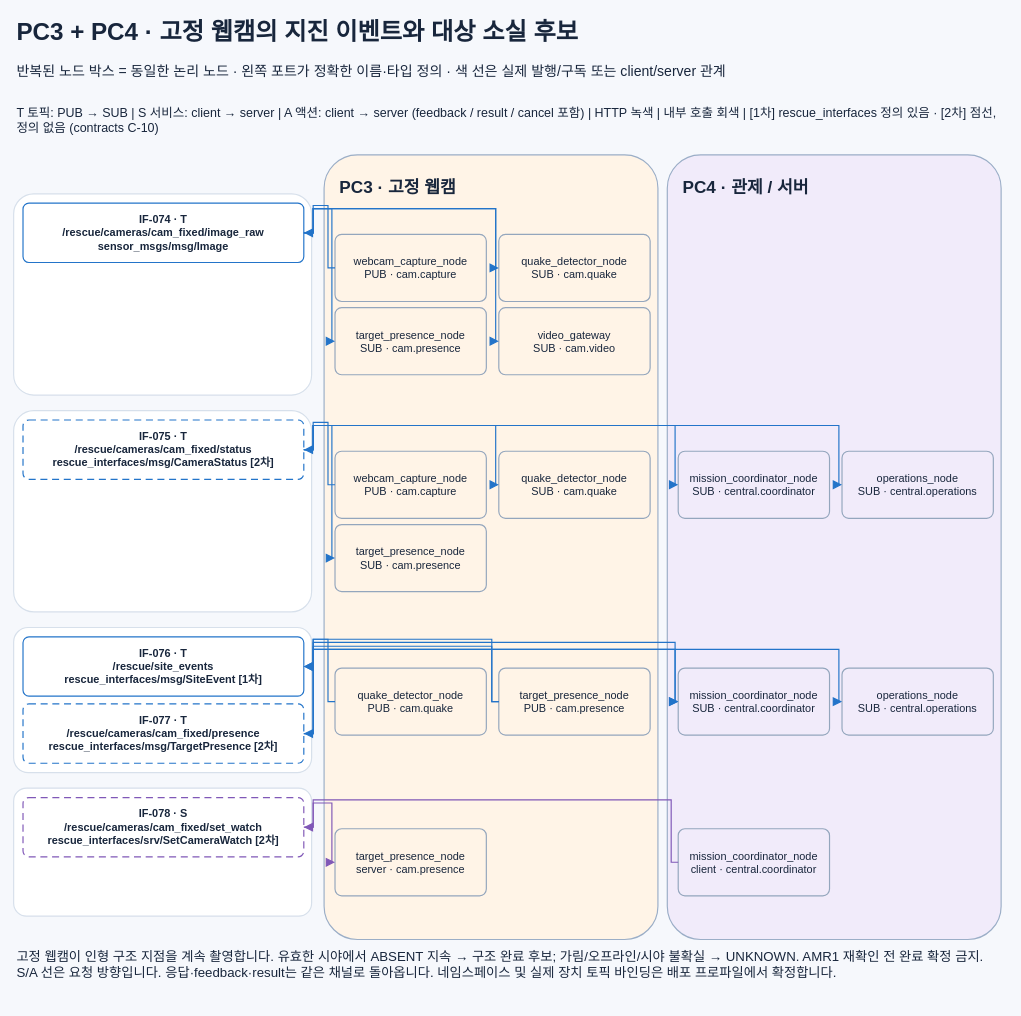
Earlier version of the draw.io diagram page "06 PC3 CAM·지진·소실" (6 of 11) of docs/design/rokey7-sdd.drawio (mi1nn/ROKEY-7-public). Source tidied: cells renumbered, new cells numbered last; positions are measured from the earlier drawing's top-left corner, leaving out a move shared by most shapes. Both pictures are drawn from the tidied source at 78%, with x=0, y=0 at pixel (13, 13).
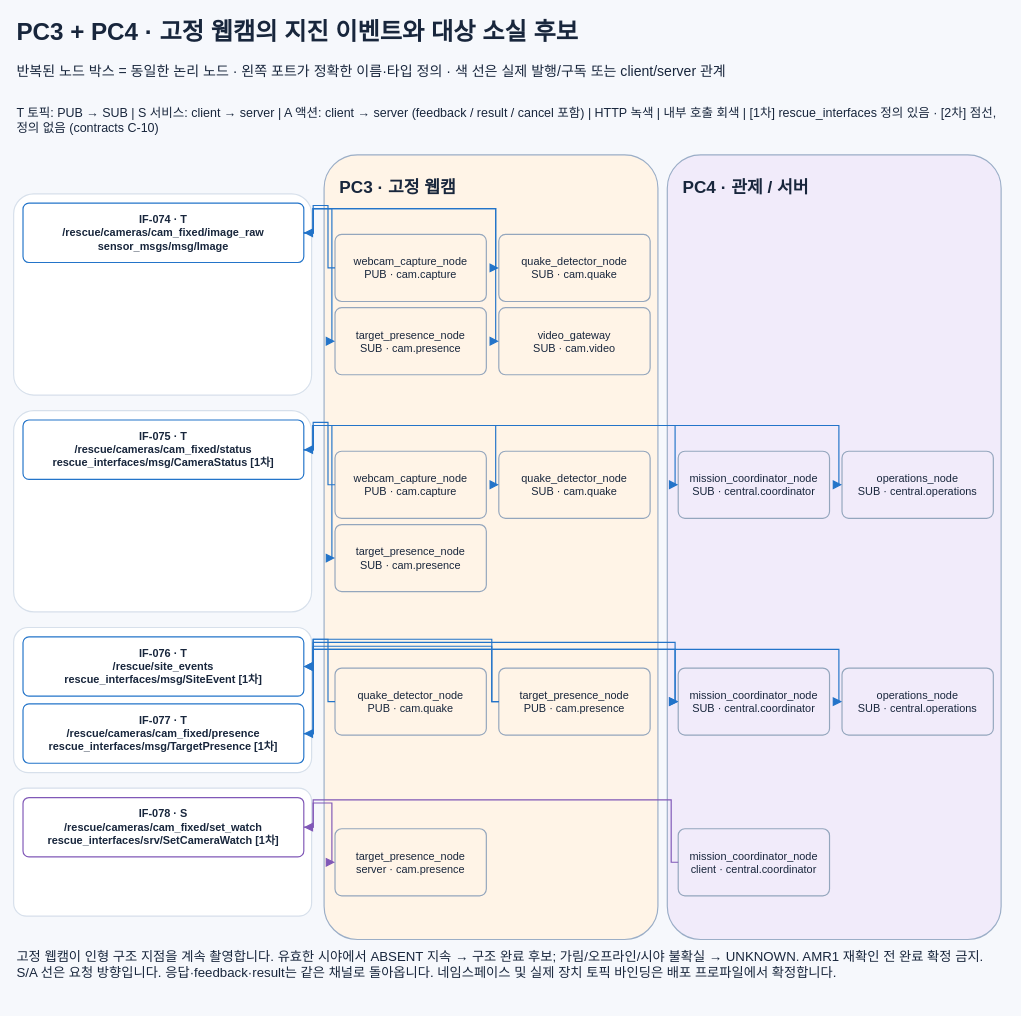
The same diagram, later.

Commit message (it also covers changes not shown here):
docs: align camera watch IDL and AMR2 continuous skeleton following requirements

Diff of the diagram source:
```diff
@@
-    <mxCell id="23" value="IF-075 · T&#10;/rescue/cameras/cam_fixed/status&#10;rescue_interfaces/msg/CameraStatus [2차]" style="dashed=1;dashPattern=6 4;rounded=1;arcSize=10;whiteSpace=wrap;html=0;fillColor=#FFFFFF;strokeColor=#2374C9;strokeWidth=1.5;fontFamily=Apple SD Gothic Neo;fontSize=14;fontColor=#18263C;fontStyle=1;align=center;verticalAlign=middle;spacing=8;" parent="1" vertex="1">
+    <mxCell id="23" value="IF-075 · T&#10;/rescue/cameras/cam_fixed/status&#10;rescue_interfaces/msg/CameraStatus [1차]" style="dashPattern=6 4;rounded=1;arcSize=10;whiteSpace=wrap;html=0;fillColor=#FFFFFF;strokeColor=#2374C9;strokeWidth=1.5;fontFamily=Apple SD Gothic Neo;fontSize=14;fontColor=#18263C;fontStyle=1;align=center;verticalAlign=middle;spacing=8;" parent="1" vertex="1">
       <mxGeometry x="12" y="521" width="360" height="76" as="geometry" />
     </mxCell>
@@
-    <mxCell id="38" value="IF-077 · T&#10;/rescue/cameras/cam_fixed/presence&#10;rescue_interfaces/msg/TargetPresence [2차]" style="dashed=1;dashPattern=6 4;rounded=1;arcSize=10;whiteSpace=wrap;html=0;fillColor=#FFFFFF;strokeColor=#2374C9;strokeWidth=1.5;fontFamily=Apple SD Gothic Neo;fontSize=14;fontColor=#18263C;fontStyle=1;align=center;verticalAlign=middle;spacing=8;" parent="1" vertex="1">
+    <mxCell id="38" value="IF-077 · T&#10;/rescue/cameras/cam_fixed/presence&#10;rescue_interfaces/msg/TargetPresence [1차]" style="dashPattern=6 4;rounded=1;arcSize=10;whiteSpace=wrap;html=0;fillColor=#FFFFFF;strokeColor=#2374C9;strokeWidth=1.5;fontFamily=Apple SD Gothic Neo;fontSize=14;fontColor=#18263C;fontStyle=1;align=center;verticalAlign=middle;spacing=8;" parent="1" vertex="1">
       <mxGeometry x="12" y="885" width="360" height="76" as="geometry" />
     </mxCell>
@@
-    <mxCell id="45" value="IF-078 · S&#10;/rescue/cameras/cam_fixed/set_watch&#10;rescue_interfaces/srv/SetCameraWatch [2차]" style="dashed=1;dashPattern=6 4;rounded=1;arcSize=10;whiteSpace=wrap;html=0;fillColor=#FFFFFF;strokeColor=#8058B7;strokeWidth=1.5;fontFamily=Apple SD Gothic Neo;fontSize=14;fontColor=#18263C;fontStyle=1;align=center;verticalAlign=middle;spacing=8;" parent="1" vertex="1">
+    <mxCell id="45" value="IF-078 · S&#10;/rescue/cameras/cam_fixed/set_watch&#10;rescue_interfaces/srv/SetCameraWatch [1차]" style="dashPattern=6 4;rounded=1;arcSize=10;whiteSpace=wrap;html=0;fillColor=#FFFFFF;strokeColor=#8058B7;strokeWidth=1.5;fontFamily=Apple SD Gothic Neo;fontSize=14;fontColor=#18263C;fontStyle=1;align=center;verticalAlign=middle;spacing=8;" parent="1" vertex="1">
       <mxGeometry x="12" y="1005" width="360" height="76" as="geometry" />
     </mxCell>
```
